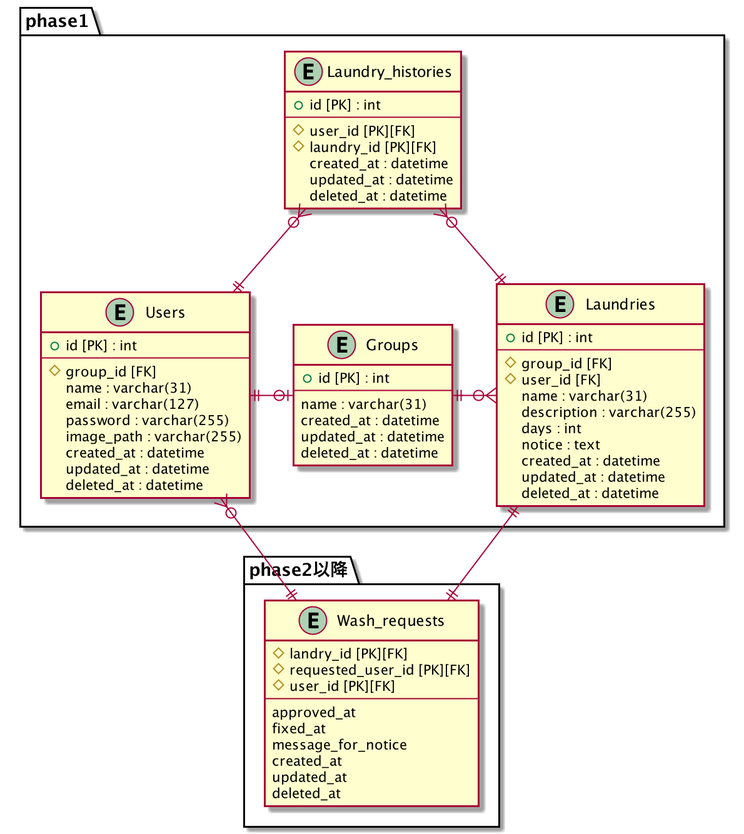
Before: docs/ER図.png, a diagram exported from PlantUML (mixa393/mohumohu).
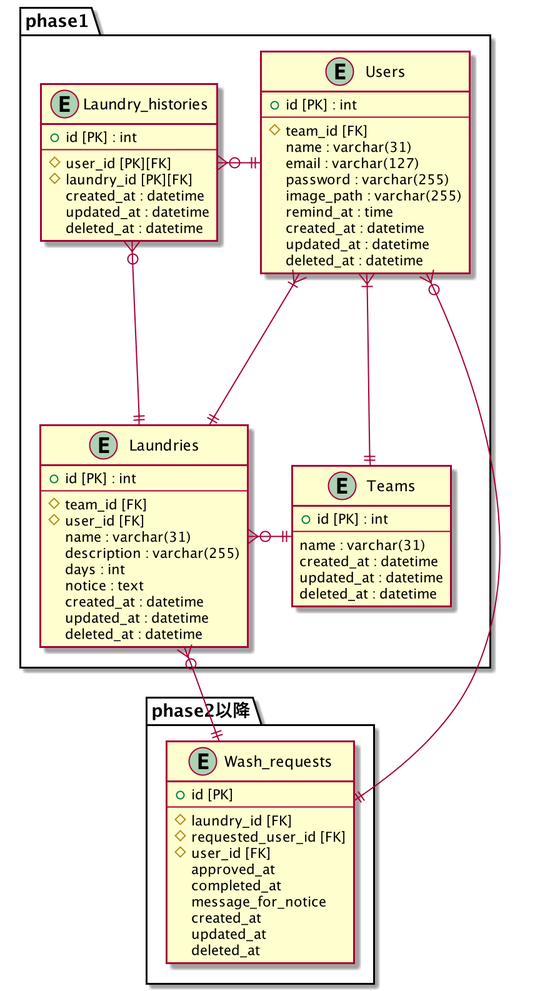
The same diagram one commit later.

Commit message:
Fix: 画像の書き出し

Diff of the diagram source:
```diff
@@ -14,17 +14,18 @@
     entity Users{
     + id [PK] : int
     --
-    # group_id [FK]
+    # team_id [FK]
     name : varchar(31)
     email : varchar(127)
     password : varchar(255)
     image_path : varchar(255)
+    remind_at : time
     created_at : datetime
     updated_at : datetime
     deleted_at : datetime
     }
 
-    entity Groups
+    entity Teams
     {
     + id [PK] : int
     --
@@ -37,7 +38,7 @@
     entity Laundries{
     + id [PK] : int
     --
-    # group_id [FK]
+    # team_id [FK]
     # user_id [FK]
     name : varchar(31)
     description : varchar(255)
@@ -52,12 +53,13 @@
 
 package  phase2以降{
     entity Wash_requests{
-    # landry_id [PK][FK]
-    # requested_user_id [PK][FK]
-    # user_id [PK][FK]
+    + id [PK]
     --
+    # laundry_id [FK]
+    # requested_user_id [FK]
+    # user_id [FK]
     approved_at
-    fixed_at
+    completed_at
     message_for_notice
     created_at
     updated_at
@@ -65,12 +67,14 @@
     }
 }
 
-Laundry_histories }o--|| Users
+Laundry_histories }o-|| Users
 Laundry_histories }o-|| Laundries
-Users ||-o| Groups
-Groups ||-o{ Laundries
-Laundries ||-|| Wash_requests
-Users }o--|| Wash_requests
+Users }|---|| Teams
+Users }|--|| Laundries
+Teams ||-o{ Laundries
+
+Laundries }o--|| Wash_requests
+Users }o-|| Wash_requests
 
 
 
```
